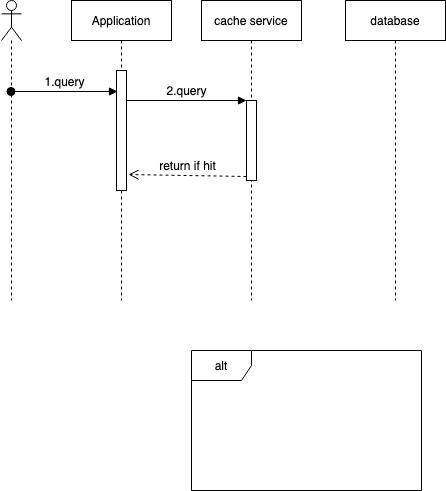
Before: Read-Through.png, a diagram exported from draw.io (GallantKong/diagram). Source tidied: cells renumbered, new cells last; positions are measured from the earlier drawing's top-left corner, leaving out a move shared by most shapes. Source of this version:
```xml
<mxGraphModel>
  <root>
    <mxCell id="0" />
    <mxCell id="1" parent="0" />
    <mxCell id="2" style="shape=umlLifeline;participant=umlActor;perimeter=lifelinePerimeter;whiteSpace=wrap;html=1;verticalAlign=top;spacingTop=36;outlineConnect=0;" parent="1" vertex="1">
      <mxGeometry width="20" height="300" as="geometry" />
    </mxCell>
    <mxCell id="3" value="Application" style="shape=umlLifeline;perimeter=lifelinePerimeter;whiteSpace=wrap;html=1;" parent="1" vertex="1">
      <mxGeometry x="70" width="100" height="300" as="geometry" />
    </mxCell>
    <mxCell id="4" style="html=1;points=[];perimeter=orthogonalPerimeter;" parent="3" vertex="1">
      <mxGeometry x="45" y="70" width="10" height="120" as="geometry" />
    </mxCell>
    <mxCell id="5" value="cache service" style="shape=umlLifeline;perimeter=lifelinePerimeter;whiteSpace=wrap;html=1;" parent="1" vertex="1">
      <mxGeometry x="200" width="100" height="300" as="geometry" />
    </mxCell>
    <mxCell id="6" style="html=1;points=[];perimeter=orthogonalPerimeter;" parent="5" vertex="1">
      <mxGeometry x="45" y="100" width="10" height="80" as="geometry" />
    </mxCell>
    <mxCell id="7" value="database" style="shape=umlLifeline;perimeter=lifelinePerimeter;whiteSpace=wrap;html=1;" parent="1" vertex="1">
      <mxGeometry x="344" width="100" height="300" as="geometry" />
    </mxCell>
    <mxCell id="8" value="1.query" style="html=1;verticalAlign=bottom;startArrow=oval;endArrow=block;startSize=8;entryX=0.1;entryY=0.175;entryDx=0;entryDy=0;entryPerimeter=0;" parent="1" edge="1" source="2" target="4">
      <mxGeometry relative="1" as="geometry" />
    </mxCell>
    <mxCell id="9" value="alt" style="shape=umlFrame;whiteSpace=wrap;html=1;" parent="1" vertex="1">
      <mxGeometry x="190" y="350" width="230" height="140" as="geometry" />
    </mxCell>
    <mxCell id="10" value="2.query" style="html=1;verticalAlign=bottom;endArrow=block;entryX=0;entryY=0;exitX=1;exitY=0.25;exitDx=0;exitDy=0;exitPerimeter=0;" parent="1" edge="1" source="4" target="6">
      <mxGeometry relative="1" as="geometry" />
    </mxCell>
    <mxCell id="11" value="return if hit" style="html=1;verticalAlign=bottom;endArrow=open;dashed=1;endSize=8;exitX=0;exitY=0.95;entryX=1.2;entryY=0.867;entryDx=0;entryDy=0;entryPerimeter=0;" parent="1" edge="1" source="6" target="4">
      <mxGeometry relative="1" as="geometry" />
    </mxCell>
  </root>
</mxGraphModel>
```
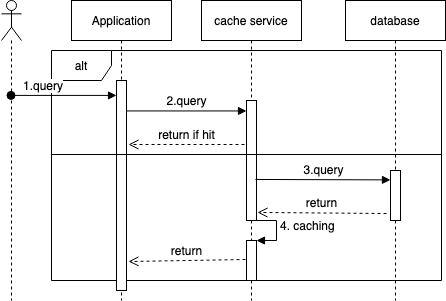
Above is the later version.

What changed in the source:
```diff
@@ -2,6 +2,9 @@
   <root>
     <mxCell id="0" />
     <mxCell id="1" parent="0" />
+    <mxCell id="9" value="alt" style="shape=umlFrame;whiteSpace=wrap;html=1;" parent="1" vertex="1">
+      <mxGeometry x="50" y="50" width="390" height="230" as="geometry" />
+    </mxCell>
     <mxCell id="2" style="shape=umlLifeline;participant=umlActor;perimeter=lifelinePerimeter;whiteSpace=wrap;html=1;verticalAlign=top;spacingTop=36;outlineConnect=0;" parent="1" vertex="1">
       <mxGeometry width="20" height="300" as="geometry" />
     </mxCell>
@@ -9,28 +12,54 @@
       <mxGeometry x="70" width="100" height="300" as="geometry" />
     </mxCell>
     <mxCell id="4" style="html=1;points=[];perimeter=orthogonalPerimeter;" parent="3" vertex="1">
-      <mxGeometry x="45" y="70" width="10" height="120" as="geometry" />
+      <mxGeometry x="45" y="80" width="10" height="210" as="geometry" />
     </mxCell>
     <mxCell id="5" value="cache service" style="shape=umlLifeline;perimeter=lifelinePerimeter;whiteSpace=wrap;html=1;" parent="1" vertex="1">
       <mxGeometry x="200" width="100" height="300" as="geometry" />
     </mxCell>
     <mxCell id="6" style="html=1;points=[];perimeter=orthogonalPerimeter;" parent="5" vertex="1">
-      <mxGeometry x="45" y="100" width="10" height="80" as="geometry" />
+      <mxGeometry x="45" y="100" width="10" height="120" as="geometry" />
     </mxCell>
+    <mxCell id="12" style="html=1;points=[];perimeter=orthogonalPerimeter;" parent="5" vertex="1">
+      <mxGeometry x="45" y="240" width="10" height="40" as="geometry" />
+    </mxCell>
+    <mxCell id="13" value="4. caching" style="edgeStyle=orthogonalEdgeStyle;html=1;align=left;spacingLeft=2;endArrow=block;rounded=0;entryX=1;entryY=0;" parent="5" edge="1" target="12">
+      <mxGeometry relative="1" as="geometry">
+        <mxPoint x="45" y="220" as="sourcePoint" />
+        <Array as="points">
+          <mxPoint x="75" y="220" />
+        </Array>
+      </mxGeometry>
+    </mxCell>
     <mxCell id="7" value="database" style="shape=umlLifeline;perimeter=lifelinePerimeter;whiteSpace=wrap;html=1;" parent="1" vertex="1">
       <mxGeometry x="344" width="100" height="300" as="geometry" />
     </mxCell>
+    <mxCell id="14" style="html=1;points=[];perimeter=orthogonalPerimeter;" parent="7" vertex="1">
+      <mxGeometry x="45" y="170" width="10" height="50" as="geometry" />
+    </mxCell>
-    <mxCell id="8" value="1.query" style="html=1;verticalAlign=bottom;startArrow=oval;endArrow=block;startSize=8;entryX=0.1;entryY=0.175;entryDx=0;entryDy=0;entryPerimeter=0;" parent="1" edge="1" source="2" target="4">
+    <mxCell id="8" value="1.query" style="html=1;verticalAlign=bottom;startArrow=oval;endArrow=block;startSize=8;entryX=0;entryY=0.071;entryDx=0;entryDy=0;entryPerimeter=0;align=right;" parent="1" edge="1" source="2" target="4">
       <mxGeometry relative="1" as="geometry" />
     </mxCell>
-    <mxCell id="9" value="alt" style="shape=umlFrame;whiteSpace=wrap;html=1;" parent="1" vertex="1">
-      <mxGeometry x="190" y="350" width="230" height="140" as="geometry" />
-    </mxCell>
-    <mxCell id="10" value="2.query" style="html=1;verticalAlign=bottom;endArrow=block;entryX=0;entryY=0;exitX=1;exitY=0.25;exitDx=0;exitDy=0;exitPerimeter=0;" parent="1" edge="1" source="4" target="6">
+    <mxCell id="10" value="2.query" style="html=1;verticalAlign=bottom;endArrow=block;entryX=0;entryY=0.087;entryDx=0;entryDy=0;entryPerimeter=0;" parent="1" edge="1" source="4" target="6">
       <mxGeometry relative="1" as="geometry" />
     </mxCell>
-    <mxCell id="11" value="return if hit" style="html=1;verticalAlign=bottom;endArrow=open;dashed=1;endSize=8;exitX=0;exitY=0.95;entryX=1.2;entryY=0.867;entryDx=0;entryDy=0;entryPerimeter=0;" parent="1" edge="1" source="6" target="4">
-      <mxGeometry relative="1" as="geometry" />
+    <mxCell id="11" value="return if hit" style="html=1;verticalAlign=bottom;endArrow=open;dashed=1;endSize=8;" parent="1" edge="1">
+      <mxGeometry relative="1" as="geometry">
+        <mxPoint x="243" y="144" as="sourcePoint" />
+        <mxPoint x="127" y="144" as="targetPoint" />
+      </mxGeometry>
     </mxCell>
+    <mxCell id="15" value="3.query" style="html=1;verticalAlign=bottom;endArrow=block;entryX=0;entryY=0.188;entryDx=0;entryDy=0;entryPerimeter=0;exitX=0.9;exitY=0.658;exitDx=0;exitDy=0;exitPerimeter=0;" parent="1" edge="1" source="6" target="14">
+      <mxGeometry relative="1" as="geometry" />
+    </mxCell>
+    <mxCell id="16" value="return" style="html=1;verticalAlign=bottom;endArrow=open;dashed=1;endSize=8;exitX=-0.4;exitY=0.86;exitDx=0;exitDy=0;exitPerimeter=0;entryX=1.1;entryY=0.933;entryDx=0;entryDy=0;entryPerimeter=0;" parent="1" edge="1" source="14" target="6">
+      <mxGeometry relative="1" as="geometry" />
+    </mxCell>
+    <mxCell id="17" value="return" style="html=1;verticalAlign=bottom;endArrow=open;dashed=1;endSize=8;exitX=-0.1;exitY=0.475;exitDx=0;exitDy=0;exitPerimeter=0;entryX=1.2;entryY=0.862;entryDx=0;entryDy=0;entryPerimeter=0;" parent="1" edge="1" source="12" target="4">
+      <mxGeometry relative="1" as="geometry" />
+    </mxCell>
+    <mxCell id="18" style="line;strokeWidth=1;fillColor=none;align=left;verticalAlign=middle;spacingTop=-1;spacingLeft=3;spacingRight=3;labelPosition=right;" parent="1" vertex="1">
+      <mxGeometry x="50" y="150" width="390" height="8" as="geometry" />
+    </mxCell>
   </root>
 </mxGraphModel>
```
